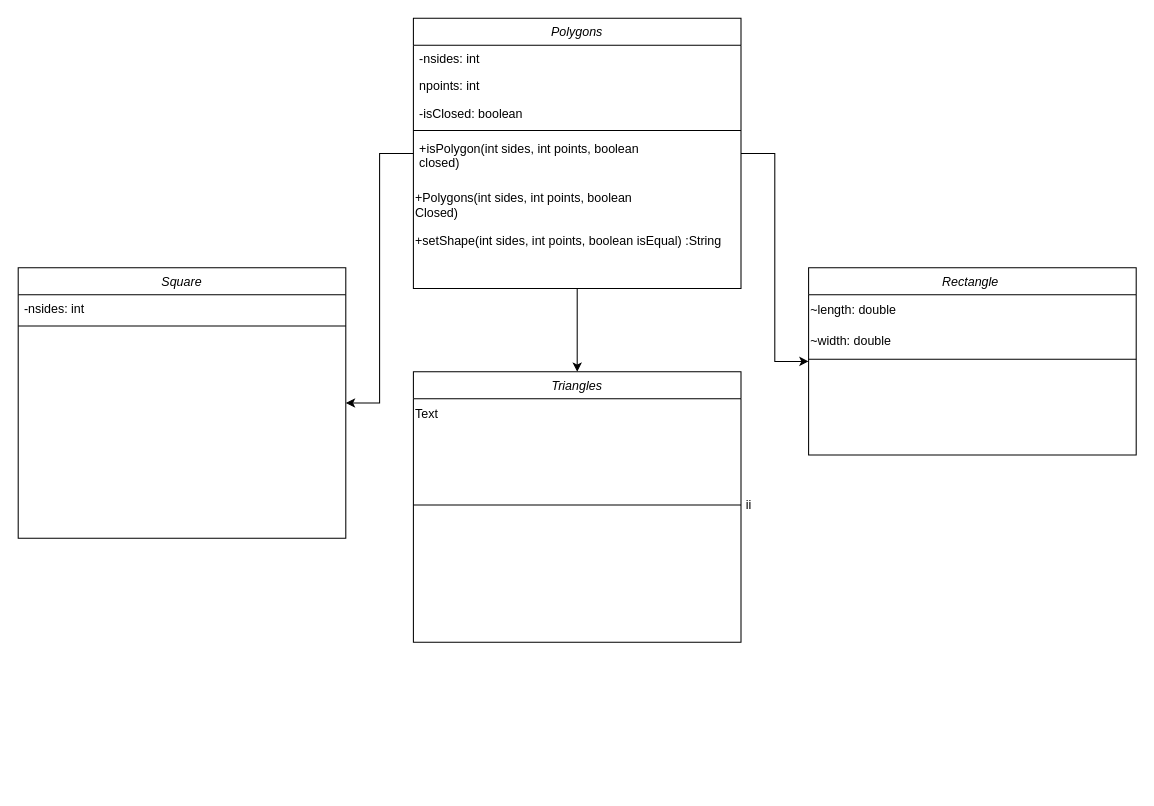
This is Untitled Diagram.drawio from themonster12211/themonster12211, a draw.io file, before an edit. Source tidied: cells renumbered, new cells numbered last; positions are measured from the earlier drawing's top-left corner, leaving out a move shared by most shapes. Both pictures are drawn from the tidied source at 104%, with x=0, y=0 at pixel (18, 18).
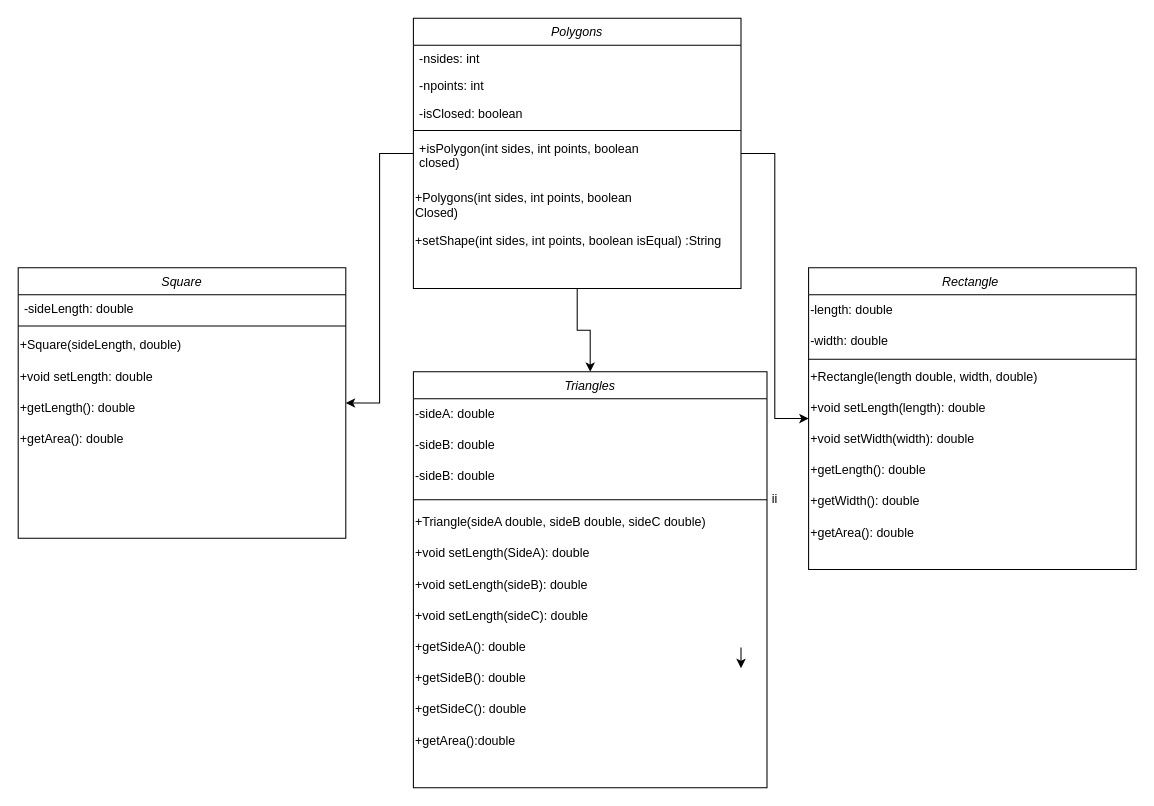
Above is the later version.

Unchanged cells that the change refers to:
```xml
<mxCell id="5" value="Polygons" style="swimlane;fontStyle=2;align=center;verticalAlign=top;horizontal=1;startSize=26;rounded=0;shadow=0;strokeWidth=1;" parent="1" vertex="1">
  <mxGeometry x="380" width="315" height="260" as="geometry" />
</mxCell>
<mxCell id="17" value="Square" style="swimlane;fontStyle=2;align=center;verticalAlign=top;horizontal=1;startSize=26;rounded=0;shadow=0;strokeWidth=1;" parent="1" vertex="1">
  <mxGeometry y="240" width="315" height="260" as="geometry" />
</mxCell>
```

Change to the diagram source:
```diff
@@
-    <mxCell id="7" value="npoints: int" style="text;align=left;verticalAlign=top;spacingLeft=4;spacingRight=4;overflow=hidden;rounded=0;shadow=0;html=0;" parent="5" vertex="1">
+    <mxCell id="7" value="-npoints: int" style="text;align=left;verticalAlign=top;spacingLeft=4;spacingRight=4;overflow=hidden;rounded=0;shadow=0;html=0;" parent="5" vertex="1">
       <mxGeometry y="52" width="315" height="26" as="geometry" />
     </mxCell>
@@
     <mxCell id="13" value="Rectangle " style="swimlane;fontStyle=2;align=center;verticalAlign=top;horizontal=1;startSize=26;rounded=0;shadow=0;strokeWidth=1;" parent="1" vertex="1">
-      <mxGeometry x="760" y="240" width="315" height="180" as="geometry" />
+      <mxGeometry x="760" y="240" width="315" height="290" as="geometry" />
     </mxCell>
-    <mxCell id="14" value="~length: double&amp;nbsp;&lt;br&gt;&lt;div style=&quot;&quot;&gt;&lt;/div&gt;" style="text;html=1;align=left;verticalAlign=middle;strokeColor=none;fillColor=none;" parent="13" vertex="1">
+    <mxCell id="14" value="-length: double&amp;nbsp;&lt;br&gt;&lt;div style=&quot;&quot;&gt;&lt;/div&gt;" style="text;html=1;align=left;verticalAlign=middle;strokeColor=none;fillColor=none;" parent="13" vertex="1">
       <mxGeometry y="26" width="315" height="30" as="geometry" />
     </mxCell>
-    <mxCell id="15" value="~width: double" style="text;html=1;align=left;verticalAlign=middle;strokeColor=none;fillColor=none;" parent="13" vertex="1">
+    <mxCell id="15" value="-width: double" style="text;html=1;align=left;verticalAlign=middle;strokeColor=none;fillColor=none;" parent="13" vertex="1">
       <mxGeometry y="56" width="315" height="30" as="geometry" />
     </mxCell>
@@
+    <mxCell id="25" value="+Rectangle(length double, width, double)" style="text;html=1;align=left;verticalAlign=middle;strokeColor=none;fillColor=none;" parent="13" vertex="1">
+      <mxGeometry y="90" width="315" height="30" as="geometry" />
+    </mxCell>
+    <mxCell id="26" value="+void setLength(length): double" style="text;html=1;align=left;verticalAlign=middle;strokeColor=none;fillColor=none;" parent="13" vertex="1">
+      <mxGeometry y="120" width="315" height="30" as="geometry" />
+    </mxCell>
+    <mxCell id="27" value="+void setWidth(width): double" style="text;html=1;align=left;verticalAlign=middle;strokeColor=none;fillColor=none;" parent="13" vertex="1">
+      <mxGeometry y="150" width="315" height="30" as="geometry" />
+    </mxCell>
+    <mxCell id="28" value="+getLength(): double" style="text;html=1;align=left;verticalAlign=middle;strokeColor=none;fillColor=none;" parent="13" vertex="1">
+      <mxGeometry y="180" width="315" height="30" as="geometry" />
+    </mxCell>
+    <mxCell id="29" value="+getWidth(): double" style="text;html=1;align=left;verticalAlign=middle;strokeColor=none;fillColor=none;" parent="13" vertex="1">
+      <mxGeometry y="210" width="315" height="30" as="geometry" />
+    </mxCell>
+    <mxCell id="30" value="+getArea(): double" style="text;html=1;align=left;verticalAlign=middle;strokeColor=none;fillColor=none;" parent="13" vertex="1">
+      <mxGeometry y="240" width="315" height="30" as="geometry" />
+    </mxCell>
@@
-    <mxCell id="18" value="-nsides: int" style="text;align=left;verticalAlign=top;spacingLeft=4;spacingRight=4;overflow=hidden;" parent="17" vertex="1">
+    <mxCell id="18" value="-sideLength: double" style="text;align=left;verticalAlign=top;spacingLeft=4;spacingRight=4;overflow=hidden;" parent="17" vertex="1">
       <mxGeometry y="26" width="315" height="26" as="geometry" />
     </mxCell>
@@
-    <mxCell id="20" value="&lt;div style=&quot;&quot;&gt;&lt;/div&gt;" style="text;html=1;align=left;verticalAlign=middle;strokeColor=none;fillColor=none;" parent="17" vertex="1">
-      <mxGeometry y="60" width="315" height="10" as="geometry" />
+    <mxCell id="20" value="+Square(sideLength, double)&lt;div style=&quot;&quot;&gt;&lt;/div&gt;" style="text;html=1;align=left;verticalAlign=middle;strokeColor=none;fillColor=none;" parent="17" vertex="1">
+      <mxGeometry y="60" width="315" height="30" as="geometry" />
     </mxCell>
+    <mxCell id="31" value="+void setLength: double" style="text;html=1;align=left;verticalAlign=middle;strokeColor=none;fillColor=none;" parent="17" vertex="1">
+      <mxGeometry y="90" width="315" height="30" as="geometry" />
+    </mxCell>
+    <mxCell id="32" value="+getLength(): double" style="text;html=1;align=left;verticalAlign=middle;strokeColor=none;fillColor=none;" parent="17" vertex="1">
+      <mxGeometry y="120" width="315" height="30" as="geometry" />
+    </mxCell>
+    <mxCell id="33" value="+getArea(): double" style="text;html=1;align=left;verticalAlign=middle;strokeColor=none;fillColor=none;" parent="17" vertex="1">
+      <mxGeometry y="150" width="315" height="30" as="geometry" />
+    </mxCell>
     <mxCell id="21" value="Triangles" style="swimlane;fontStyle=2;align=center;verticalAlign=top;horizontal=1;startSize=26;rounded=0;shadow=0;strokeWidth=1;" parent="1" vertex="1">
-      <mxGeometry x="380" y="340" width="315" height="260" as="geometry" />
+      <mxGeometry x="380" y="340" width="340" height="400" as="geometry" />
     </mxCell>
-    <mxCell id="22" value="Text" style="text;html=1;align=left;verticalAlign=middle;strokeColor=none;fillColor=none;" parent="21" vertex="1">
-      <mxGeometry y="26" width="315" height="30" as="geometry" />
+    <mxCell id="22" value="-sideA: double" style="text;html=1;align=left;verticalAlign=middle;strokeColor=none;fillColor=none;" parent="21" vertex="1">
+      <mxGeometry y="26" width="340" height="30" as="geometry" />
     </mxCell>
+    <mxCell id="34" value="-sideB: double" style="text;html=1;align=left;verticalAlign=middle;strokeColor=none;fillColor=none;" parent="21" vertex="1">
+      <mxGeometry y="56" width="340" height="30" as="geometry" />
+    </mxCell>
+    <mxCell id="35" value="-sideB: double" style="text;html=1;align=left;verticalAlign=middle;strokeColor=none;fillColor=none;" parent="21" vertex="1">
+      <mxGeometry y="86" width="340" height="30" as="geometry" />
+    </mxCell>
     <mxCell id="23" value="ii" style="line;html=1;strokeWidth=1;align=left;verticalAlign=middle;spacingTop=-1;spacingLeft=3;spacingRight=3;labelPosition=right;" parent="21" vertex="1">
-      <mxGeometry y="56" width="315" height="144" as="geometry" />
+      <mxGeometry y="116" width="340" height="14" as="geometry" />
     </mxCell>
-    <mxCell id="24" value="&lt;div style=&quot;&quot;&gt;&lt;/div&gt;" style="text;html=1;align=left;verticalAlign=middle;strokeColor=none;fillColor=none;" parent="21" vertex="1">
-      <mxGeometry y="200" width="315" height="10" as="geometry" />
+    <mxCell id="24" value="+Triangle(sideA double, sideB double, sideC double)&lt;div style=&quot;&quot;&gt;&lt;/div&gt;" style="text;html=1;align=left;verticalAlign=middle;strokeColor=none;fillColor=none;" parent="21" vertex="1">
+      <mxGeometry y="130" width="340" height="30" as="geometry" />
     </mxCell>
+    <mxCell id="36" style="edgeStyle=orthogonalEdgeStyle;rounded=0;orthogonalLoop=1;jettySize=auto;html=1;" parent="21" edge="1">
+      <mxGeometry relative="1" as="geometry">
+        <mxPoint x="315" y="265" as="sourcePoint" />
+        <mxPoint x="315" y="285" as="targetPoint" />
+      </mxGeometry>
+    </mxCell>
+    <mxCell id="37" value="+void setLength(SideA): double" style="text;html=1;align=left;verticalAlign=middle;strokeColor=none;fillColor=none;" parent="21" vertex="1">
+      <mxGeometry y="160" width="340" height="30" as="geometry" />
+    </mxCell>
+    <mxCell id="38" value="+void setLength(sideB): double" style="text;html=1;align=left;verticalAlign=middle;strokeColor=none;fillColor=none;" parent="21" vertex="1">
+      <mxGeometry y="190" width="340" height="30" as="geometry" />
+    </mxCell>
+    <mxCell id="39" value="+void setLength(sideC): double" style="text;html=1;align=left;verticalAlign=middle;strokeColor=none;fillColor=none;" parent="21" vertex="1">
+      <mxGeometry y="220" width="340" height="30" as="geometry" />
+    </mxCell>
+    <mxCell id="40" value="+getSideA(): double" style="text;html=1;align=left;verticalAlign=middle;strokeColor=none;fillColor=none;" parent="21" vertex="1">
+      <mxGeometry y="250" width="340" height="30" as="geometry" />
+    </mxCell>
+    <mxCell id="41" value="+getSideB(): double" style="text;html=1;align=left;verticalAlign=middle;strokeColor=none;fillColor=none;" parent="21" vertex="1">
+      <mxGeometry y="280" width="340" height="30" as="geometry" />
+    </mxCell>
+    <mxCell id="42" value="+getSideC(): double" style="text;html=1;align=left;verticalAlign=middle;strokeColor=none;fillColor=none;" parent="21" vertex="1">
+      <mxGeometry y="310" width="340" height="30" as="geometry" />
+    </mxCell>
+    <mxCell id="43" value="+getArea():double" style="text;html=1;align=left;verticalAlign=middle;strokeColor=none;fillColor=none;" parent="21" vertex="1">
+      <mxGeometry y="340" width="340" height="30" as="geometry" />
+    </mxCell>
```
